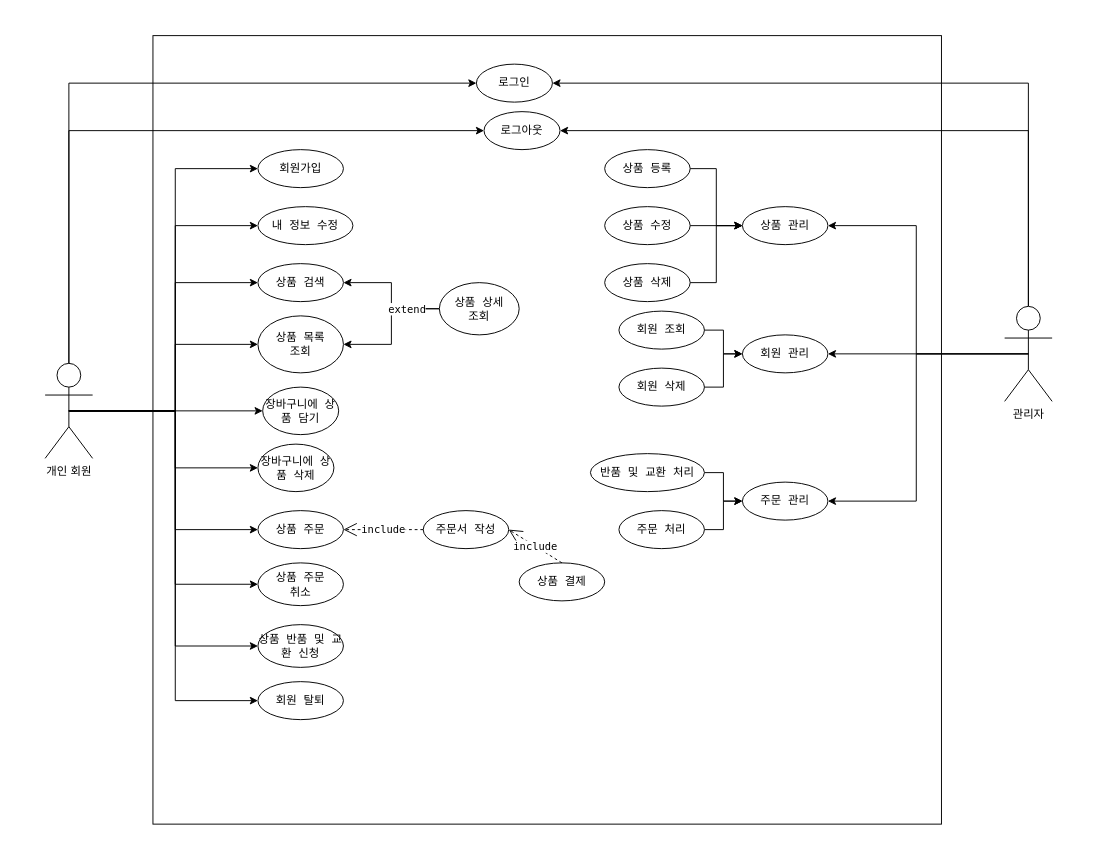
This is usecase.drawio from Myung518/project2022, a draw.io file, before an edit. Source tidied: cells renumbered, new cells numbered last; positions are measured from the earlier drawing's top-left corner, leaving out a move shared by most shapes. Both pictures are drawn from the tidied source at 95%, with x=0, y=0 at pixel (45, 35).
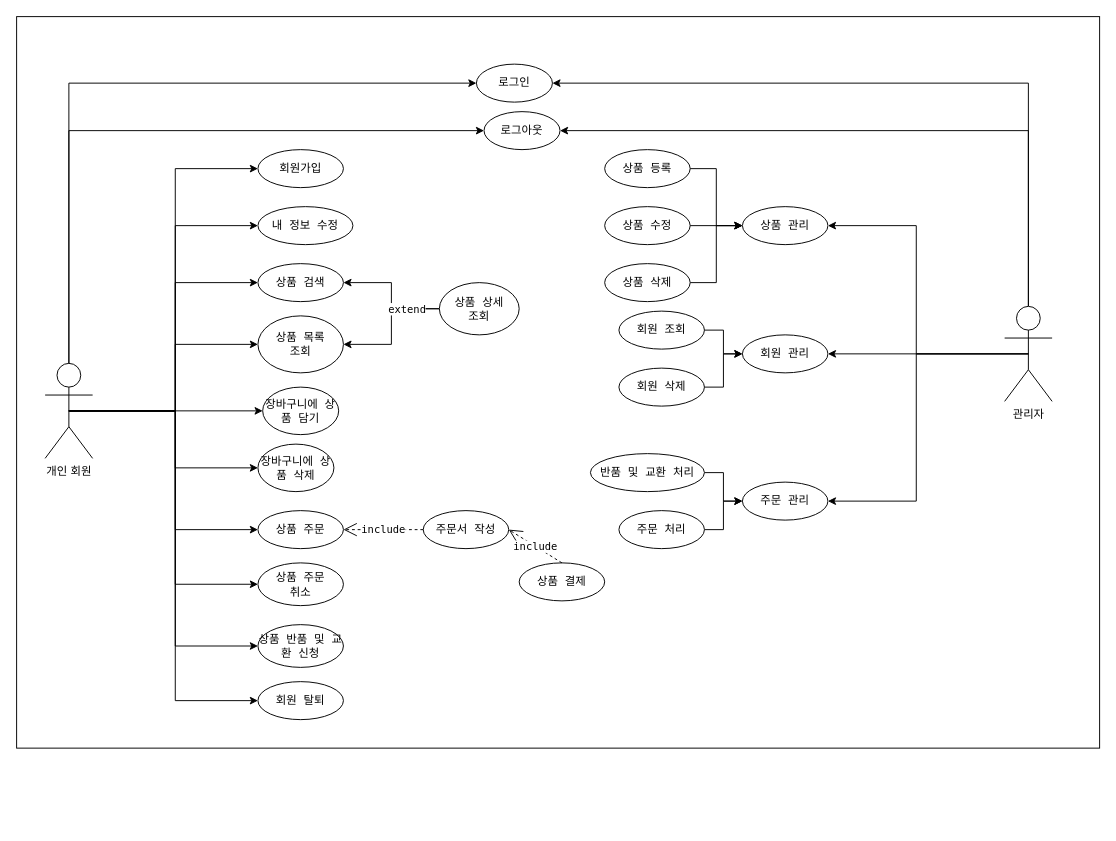
After the change.

Change to the diagram source:
```diff
@@
-    <mxCell id="2" style="whiteSpace=wrap;html=1;fontFamily=Lucida Console;" parent="1" vertex="1">
-      <mxGeometry x="113.5" width="830" height="830" as="geometry" />
-    </mxCell>
+    <mxCell id="58" style="rounded=0;whiteSpace=wrap;html=1;fontFamily=Lucida Console;" parent="1" vertex="1">
+      <mxGeometry x="-30" y="-20" width="1140" height="770" as="geometry" />
+    </mxCell>
```
